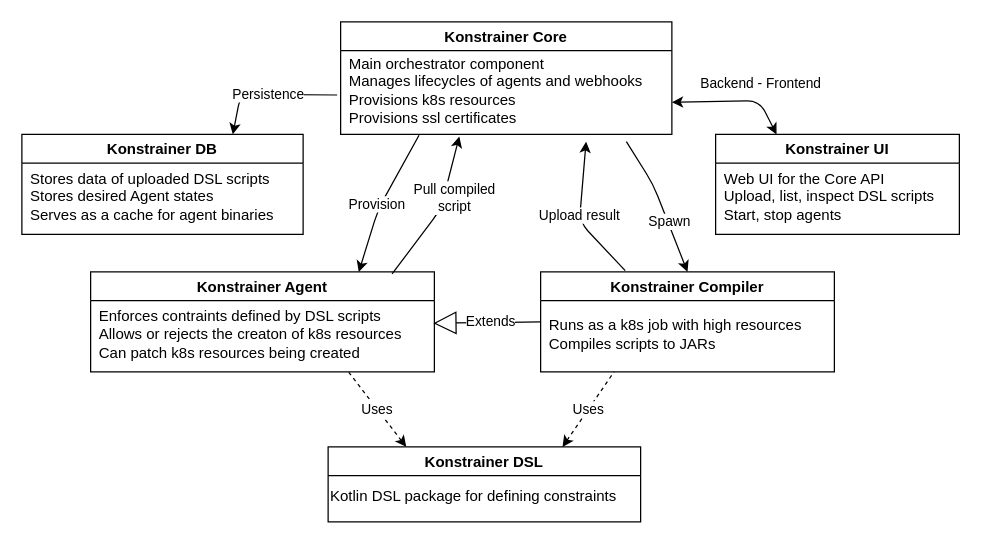
Earlier version of the draw.io diagram page "Page-1" (1 of 2) of doc/src/content/75_implementation/arch.drawio (Tiegris/KonstrainR). Source tidied: cells renumbered, new cells numbered last; positions are measured from the earlier drawing's top-left corner, leaving out a move shared by most shapes. Both pictures are drawn from the tidied source at 125%, with x=0, y=0 at pixel (21, 21).
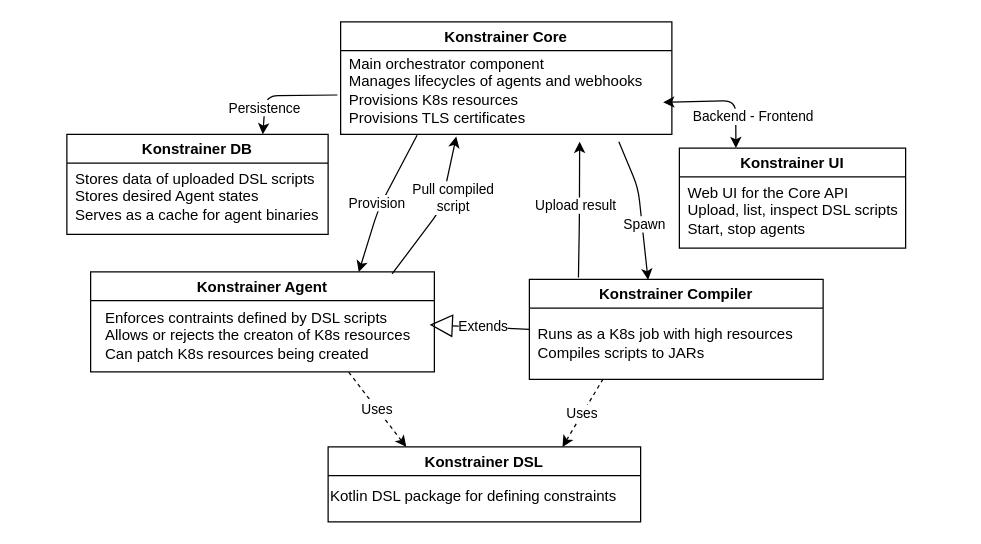
Above is the later version.

Unchanged cells that the change refers to:
```xml
<mxCell id="2" value="Konstrainer Core" style="swimlane;" parent="1" vertex="1">
  <mxGeometry x="255" width="265" height="90" as="geometry" />
</mxCell>
<mxCell id="10" value="Konstrainer Agent" style="swimlane;" parent="1" vertex="1">
  <mxGeometry x="55" y="200" width="275" height="80" as="geometry" />
</mxCell>
```

What changed in the source:
```diff
@@
-    <mxCell id="3" value="Main orchestrator component&lt;br&gt;Manages lifecycles of agents and webhooks&lt;br&gt;Provisions k8s resources&lt;br&gt;Provisions ssl certificates" style="text;html=1;align=left;verticalAlign=middle;points=[];strokeColor=none;fillColor=none;" parent="2" vertex="1">
-      <mxGeometry x="5" y="20" width="260" height="70" as="geometry" />
+    <mxCell id="3" value="Main orchestrator component&lt;br&gt;Manages lifecycles of agents and webhooks&lt;br&gt;Provisions K8s resources&lt;br&gt;Provisions TLS certificates" style="text;html=1;align=left;verticalAlign=middle;points=[];strokeColor=none;fillColor=none;" parent="2" vertex="1">
+      <mxGeometry x="5" y="20" width="253" height="70" as="geometry" />
     </mxCell>
     <mxCell id="4" value="Konstrainer UI" style="swimlane;" parent="1" vertex="1">
-      <mxGeometry x="555" y="90" width="195" height="80" as="geometry" />
+      <mxGeometry x="526" y="101" width="181" height="80" as="geometry" />
     </mxCell>
@@
     <mxCell id="6" value="Konstrainer DB" style="swimlane;" parent="1" vertex="1">
-      <mxGeometry y="90" width="225" height="80" as="geometry" />
+      <mxGeometry x="36" y="90" width="209" height="80" as="geometry" />
     </mxCell>
@@
     <mxCell id="8" value="Konstrainer Compiler" style="swimlane;" parent="1" vertex="1">
-      <mxGeometry x="415" y="200" width="235" height="80" as="geometry" />
+      <mxGeometry x="406" y="206" width="235" height="80" as="geometry" />
     </mxCell>
-    <mxCell id="9" value="Runs as a k8s job with high resources&lt;br&gt;Compiles scripts to JARs" style="text;html=1;align=left;verticalAlign=middle;strokeColor=none;fillColor=none;" parent="8" vertex="1">
-      <mxGeometry x="5" y="30" width="230" height="40" as="geometry" />
+    <mxCell id="9" value="Runs as a K8s job with high resources&lt;br&gt;Compiles scripts to JARs" style="text;html=1;align=left;verticalAlign=middle;strokeColor=none;fillColor=none;" parent="8" vertex="1">
+      <mxGeometry x="5" y="30" width="222" height="41" as="geometry" />
     </mxCell>
@@
-    <mxCell id="11" value="Enforces contraints defined by DSL scripts&lt;br&gt;Allows or rejects the creaton of k8s resources&lt;br&gt;Can patch k8s resources being created" style="text;html=1;align=left;verticalAlign=middle;points=[];strokeColor=none;fillColor=none;" parent="10" vertex="1">
-      <mxGeometry x="5" y="20" width="270" height="60" as="geometry" />
+    <mxCell id="11" value="Enforces contraints defined by DSL scripts&lt;br&gt;Allows or rejects the creaton of K8s resources&lt;br&gt;Can patch K8s resources being created" style="text;html=1;align=left;verticalAlign=middle;points=[];strokeColor=none;fillColor=none;" parent="10" vertex="1">
+      <mxGeometry x="10" y="23" width="262" height="55" as="geometry" />
     </mxCell>
@@
     <mxCell id="14" value="Persistence" style="endArrow=none;startArrow=classic;html=1;exitX=0.75;exitY=0;exitDx=0;exitDy=0;entryX=-0.03;entryY=0.55;entryDx=0;entryDy=0;entryPerimeter=0;endFill=0;" parent="1" edge="1" source="6" target="3">
-      <mxGeometry relative="1" as="geometry">
+      <mxGeometry x="-0.52" relative="1" as="geometry">
         <Array as="points">
-          <mxPoint x="175" y="58" />
+          <mxPoint x="195" y="59" />
         </Array>
       </mxGeometry>
     </mxCell>
     <mxCell id="15" value="Backend - Frontend" style="endArrow=classic;startArrow=classic;html=1;exitX=1;exitY=0.633;exitDx=0;exitDy=0;entryX=0.25;entryY=0;entryDx=0;entryDy=0;exitPerimeter=0;endFill=1;startFill=1;" parent="1" edge="1" source="3" target="4">
-      <mxGeometry x="0.5" y="13" relative="1" as="geometry">
+      <mxGeometry x="0.48" y="14" relative="1" as="geometry">
         <Array as="points">
-          <mxPoint x="590" y="63" />
+          <mxPoint x="571" y="63" />
         </Array>
-        <mxPoint x="-13" y="-13" as="offset" />
       </mxGeometry>
     </mxCell>
-    <mxCell id="16" style="endArrow=classic;html=1;exitX=0.86;exitY=1.083;exitDx=0;exitDy=0;exitPerimeter=0;entryX=0.5;entryY=0;entryDx=0;entryDy=0;" parent="1" edge="1" source="3" target="8">
+    <mxCell id="16" style="endArrow=classic;html=1;exitX=0.86;exitY=1.083;exitDx=0;exitDy=0;exitPerimeter=0;entryX=0.404;entryY=0.005;entryDx=0;entryDy=0;entryPerimeter=0;" parent="1" edge="1" source="3" target="8">
       <mxGeometry relative="1" as="geometry">
         <Array as="points">
-          <mxPoint x="505" y="130" />
+          <mxPoint x="493" y="133" />
         </Array>
       </mxGeometry>
     </mxCell>
     <mxCell id="17" value="Spawn" style="edgeLabel;html=1;align=center;verticalAlign=middle;" parent="16" vertex="1">
-      <mxGeometry x="0.24" y="1" relative="1" as="geometry" />
+      <mxGeometry x="0.24" y="1" relative="1" as="geometry">
+        <mxPoint y="-2" as="offset" />
+      </mxGeometry>
     </mxCell>
-    <mxCell id="18" value="Upload result" style="endArrow=classic;html=1;exitX=0.288;exitY=-0.012;exitDx=0;exitDy=0;entryX=0.736;entryY=1.083;entryDx=0;entryDy=0;exitPerimeter=0;entryPerimeter=0;" parent="1" edge="1" source="8" target="3">
-      <mxGeometry relative="1" as="geometry">
+    <mxCell id="18" value="Upload result" style="endArrow=classic;html=1;exitX=0.167;exitY=-0.018;exitDx=0;exitDy=0;entryX=0.736;entryY=1.083;entryDx=0;entryDy=0;exitPerimeter=0;entryPerimeter=0;" parent="1" edge="1" source="8" target="3">
+      <mxGeometry x="0.06" y="3" relative="1" as="geometry">
         <Array as="points">
           <mxPoint x="446" y="160" />
         </Array>
       </mxGeometry>
     </mxCell>
```
